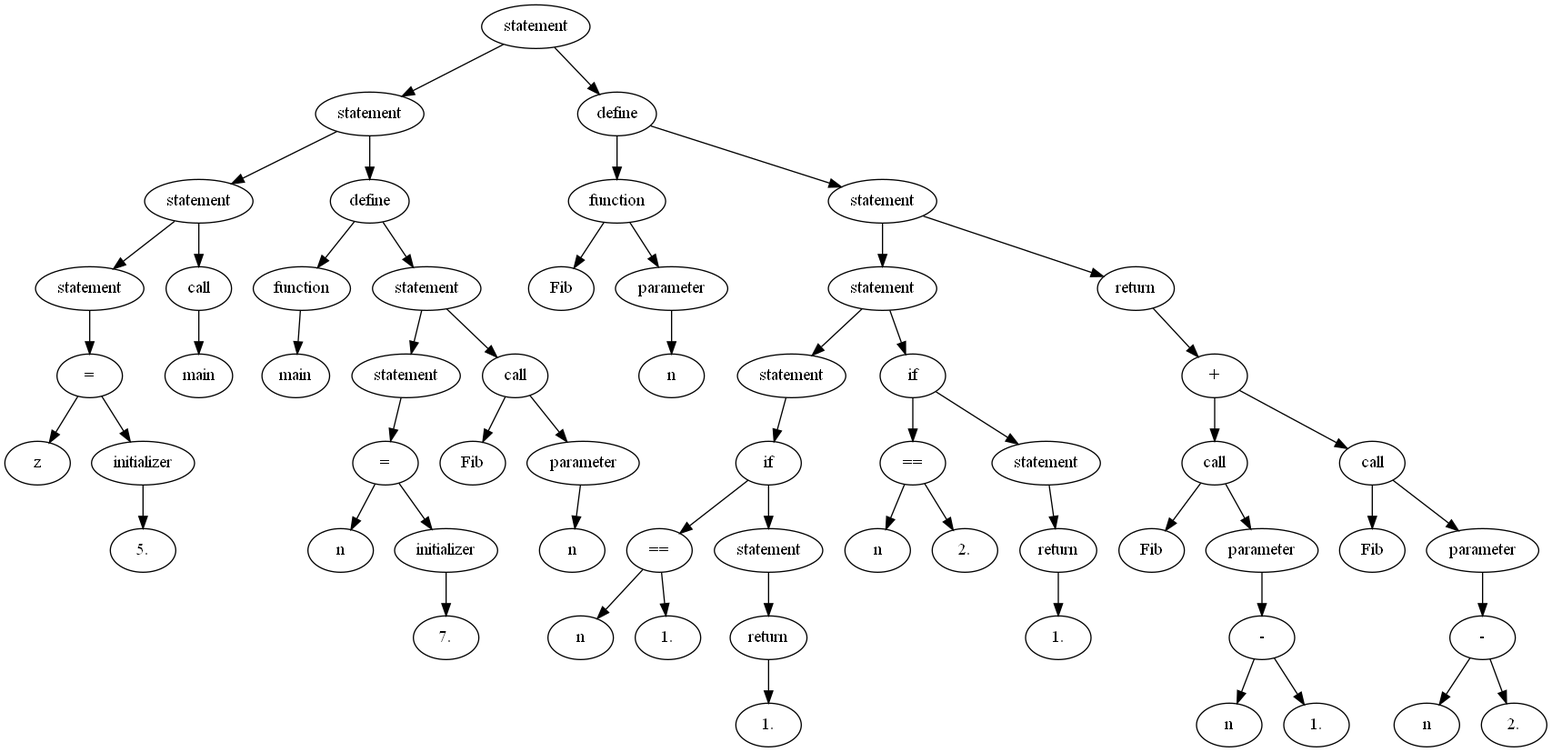
This is russkie_alga!/parse.png from matmuher/flip-flop, a Graphviz export, as it was before one commit. Its source is kept beside it as russkie_alga!/parse.dot.
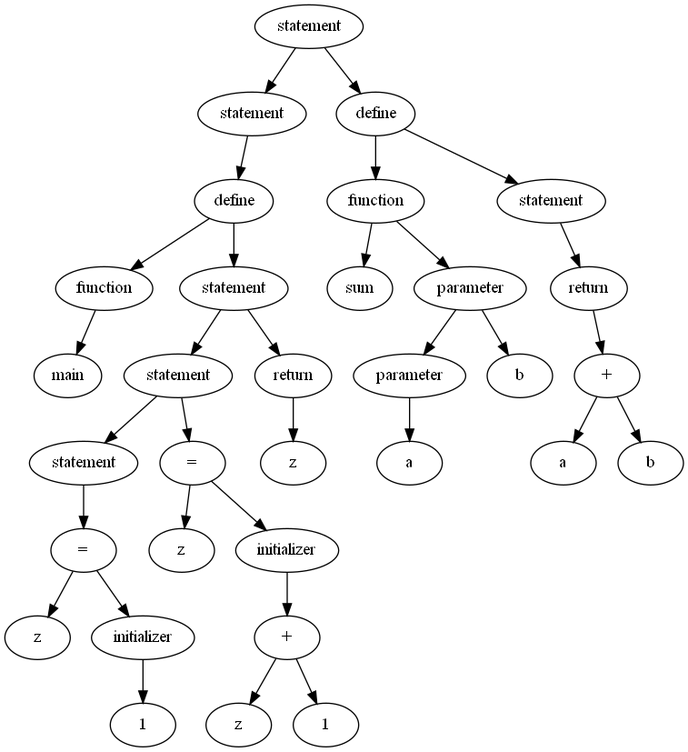
The same diagram one commit later.

The edit, as a diff of the source:
```diff
@@ -1,119 +1,65 @@
 digraph G {
-A00B829D0 [label = "statement"];
-A00B829D0 -> A00B828B8;
-A00B829D0 -> A00B87D28;
-A00B828B8 [label = "statement"];
-A00B828B8 -> A00B80568;
-A00B828B8 -> A00B829E8;
-A00B80568 [label = "statement"];
-A00B80568 -> A00B804C0;
-A00B80568 -> A00B828A0;
-A00B804C0 [label = "statement"];
-A00B804C0 -> A00B80550;
-A00B80550 [label = "="];
-A00B80550 -> A00B804F0;
-A00B80550 -> A00B80520;
-A00B804F0 [label = "z"];
-A00B80520 [label = "initializer"];
-A00B80520 -> A00B80508;
-A00B80508 [label = "5."];
-A00B828A0 [label = "call"];
-A00B828A0 -> A00B80598;
-A00B80598 [label = "main"];
-A00B829E8 [label = "define"];
-A00B829E8 -> A00B829A0;
-A00B829E8 -> A00B82A60;
-A00B829A0 [label = "function"];
-A00B829A0 -> A00B828E8;
-A00B828E8 [label = "main"];
-A00B82A60 [label = "statement"];
-A00B82A60 -> A00B82900;
-A00B82A60 -> A00B82A30;
-A00B82900 [label = "statement"];
-A00B82900 -> A00B82AF0;
-A00B82AF0 [label = "="];
-A00B82AF0 -> A00B82AC0;
-A00B82AF0 -> A00B82AD8;
-A00B82AC0 [label = "n"];
-A00B82AD8 [label = "initializer"];
-A00B82AD8 -> A00B82A90;
-A00B82A90 [label = "7."];
-A00B82A30 [label = "call"];
-A00B82A30 -> A00B82940;
-A00B82A30 -> A00B82958;
-A00B82940 [label = "Fib"];
-A00B82958 [label = "parameter"];
-A00B82958 -> A00B82988;
-A00B82988 [label = "n"];
-A00B87D28 [label = "define"];
-A00B87D28 -> A00B87560;
-A00B87D28 -> A00B871E8;
-A00B87560 [label = "function"];
-A00B87560 -> A00B82A18;
-A00B87560 -> A00B82A48;
-A00B82A18 [label = "Fib"];
-A00B82A48 [label = "parameter"];
-A00B82A48 -> A00B87308;
-A00B87308 [label = "n"];
-A00B871E8 [label = "statement"];
-A00B871E8 -> A00B87278;
-A00B871E8 -> A00B87530;
-A00B87278 [label = "statement"];
-A00B87278 -> A00B872D8;
-A00B87278 -> A00B873F8;
-A00B872D8 [label = "statement"];
-A00B872D8 -> A00B87338;
-A00B87338 [label = "if"];
-A00B87338 -> A00B87218;
-A00B87338 -> A00B87230;
-A00B87218 [label = "=="];
-A00B87218 -> A00B872F0;
-A00B87218 -> A00B87320;
-A00B872F0 [label = "n"];
-A00B87320 [label = "1."];
-A00B87230 [label = "statement"];
-A00B87230 -> A00B87398;
-A00B87398 [label = "return"];
-A00B87398 -> A00B87248;
-A00B87248 [label = "1."];
-A00B873F8 [label = "if"];
-A00B873F8 -> A00B87440;
-A00B873F8 -> A00B873E0;
-A00B87440 [label = "=="];
-A00B87440 -> A00B87350;
-A00B87440 -> A00B87368;
-A00B87350 [label = "n"];
-A00B87368 [label = "2."];
-A00B873E0 [label = "statement"];
-A00B873E0 -> A00B872A8;
-A00B872A8 [label = "return"];
-A00B872A8 -> A00B871D0;
-A00B871D0 [label = "1."];
-A00B87530 [label = "return"];
-A00B87530 -> A00B87500;
-A00B87500 [label = "+"];
-A00B87500 -> A00B87488;
-A00B87500 -> A00B874D0;
-A00B87488 [label = "call"];
-A00B87488 -> A00B873C8;
-A00B87488 -> A00B87380;
-A00B873C8 [label = "Fib"];
-A00B87380 [label = "parameter"];
-A00B87380 -> A00B87470;
-A00B87470 [label = "-"];
-A00B87470 -> A00B87428;
-A00B87470 -> A00B87458;
-A00B87428 [label = "n"];
-A00B87458 [label = "1."];
-A00B874D0 [label = "call"];
-A00B874D0 -> A00B871A0;
-A00B874D0 -> A00B874E8;
-A00B871A0 [label = "Fib"];
-A00B874E8 [label = "parameter"];
-A00B874E8 -> A00B87518;
-A00B87518 [label = "-"];
-A00B87518 -> A00B87548;
-A00B87518 -> A00B874B8;
-A00B87548 [label = "n"];
-A00B874B8 [label = "2."];
+A00CC6DC8 [label = "statement"];
+A00CC6DC8 -> A00CC25D0;
+A00CC6DC8 -> A00CC7050;
+A00CC25D0 [label = "statement"];
+A00CC25D0 -> A00CC6E70;
+A00CC6E70 [label = "define"];
+A00CC6E70 -> A00CC6E10;
+A00CC6E70 -> A00CC6EB8;
+A00CC6E10 [label = "function"];
+A00CC6E10 -> A00CC2600;
+A00CC2600 [label = "main"];
+A00CC6EB8 [label = "statement"];
+A00CC6EB8 -> A00CC0568;
+A00CC6EB8 -> A00CC6E40;
+A00CC0568 [label = "statement"];
+A00CC0568 -> A00CC04B0;
+A00CC0568 -> A00CC6E58;
+A00CC04B0 [label = "statement"];
+A00CC04B0 -> A00CC0550;
+A00CC0550 [label = "="];
+A00CC0550 -> A00CC04E0;
+A00CC0550 -> A00CC0520;
+A00CC04E0 [label = "z"];
+A00CC0520 [label = "initializer"];
+A00CC0520 -> A00CC0508;
+A00CC0508 [label = "1"];
+A00CC6E58 [label = "="];
+A00CC6E58 -> A00CC0598;
+A00CC6E58 -> A00CC6DB0;
+A00CC0598 [label = "z"];
+A00CC6DB0 [label = "initializer"];
+A00CC6DB0 -> A00CC2658;
+A00CC2658 [label = "+"];
+A00CC2658 -> A00CC2628;
+A00CC2658 -> A00CC2640;
+A00CC2628 [label = "z"];
+A00CC2640 [label = "1"];
+A00CC6E40 [label = "return"];
+A00CC6E40 -> A00CC6F30;
+A00CC6F30 [label = "z"];
+A00CC7050 [label = "define"];
+A00CC7050 -> A00CC70B0;
+A00CC7050 -> A00CC6F18;
+A00CC70B0 [label = "function"];
+A00CC70B0 -> A00CC6EA0;
+A00CC70B0 -> A00CC6D98;
+A00CC6EA0 [label = "sum"];
+A00CC6D98 [label = "parameter"];
+A00CC6D98 -> A00CC6DF8;
+A00CC6D98 -> A00CC6F00;
+A00CC6DF8 [label = "parameter"];
+A00CC6DF8 -> A00CC6F60;
+A00CC6F60 [label = "a"];
+A00CC6F00 [label = "b"];
+A00CC6F18 [label = "statement"];
+A00CC6F18 -> A00CC71A0;
+A00CC71A0 [label = "return"];
+A00CC71A0 -> A00CC7230;
+A00CC7230 [label = "+"];
+A00CC7230 -> A00CC7260;
+A00CC7230 -> A00CC7248;
+A00CC7260 [label = "a"];
+A00CC7248 [label = "b"];
 }
```
